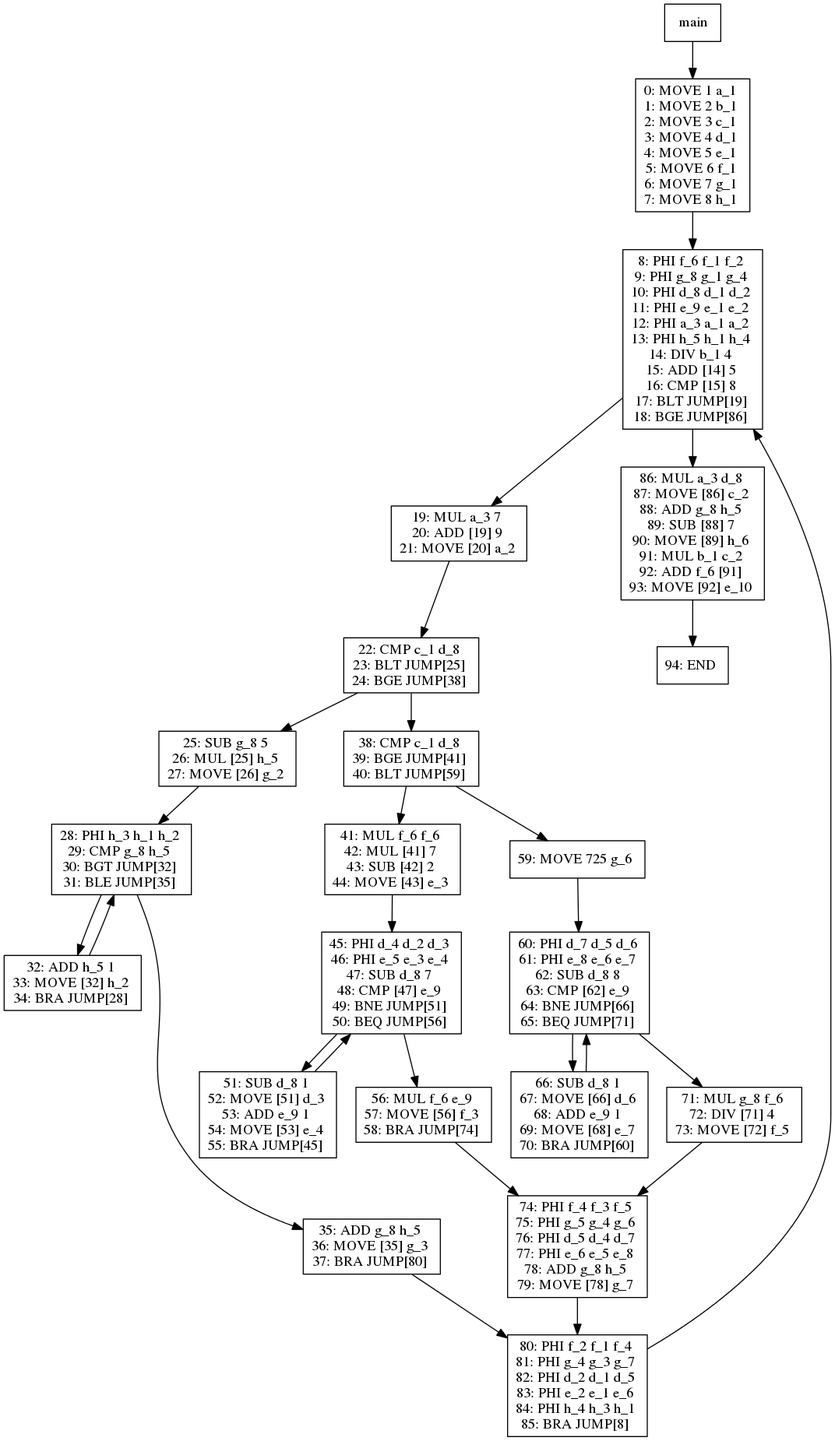
This is viz/test024.dot.png from jiahanwang/PL241-Compiler, a Graphviz export, as it was before one commit. Its source is kept beside it as viz/test024.dot.
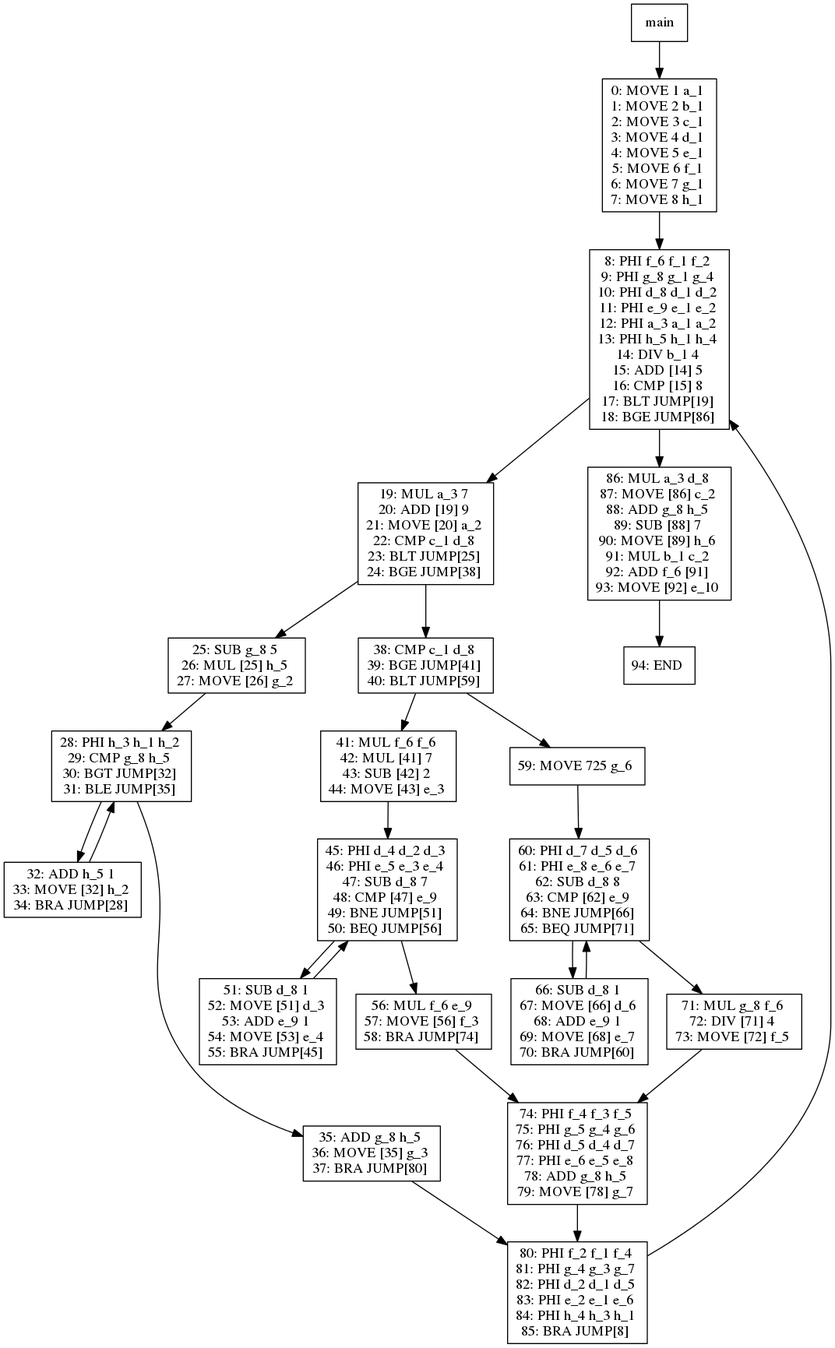
After the change.

The edit, as a diff of the source:
```diff
@@ -28,13 +28,11 @@
 13[label="19: MUL a_3 7
 20: ADD [19] 9
 21: MOVE [20] a_2
-"]
-13 -> 14
-14[label="22: CMP c_1 d_8
+22: CMP c_1 d_8
 23: BLT JUMP[25]
 24: BGE JUMP[38]
 "]
-14 -> 16
+13 -> 16
 16[label="25: SUB g_8 5
 26: MUL [25] h_5
 27: MOVE [26] g_2
@@ -65,7 +63,7 @@
 85: BRA JUMP[8]
 "]
 15 -> 11
-14 -> 21
+13 -> 21
 21[label="38: CMP c_1 d_8
 39: BGE JUMP[41]
 40: BLT JUMP[59]
```
